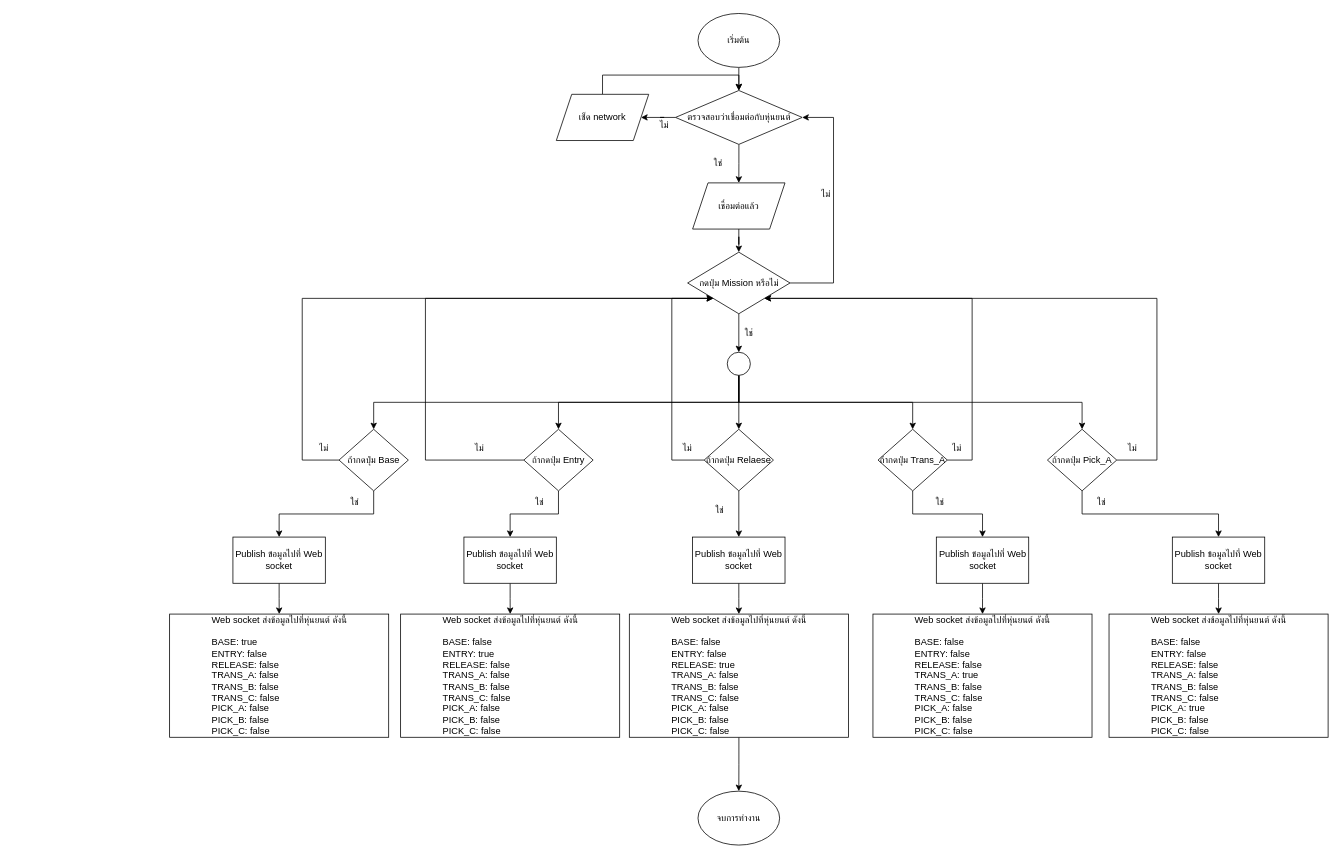
Before: แบบแผนที่ยังไม่ได้ตั้งชื่อ.drawio in Mangkhalet/tod_robot1, a draw.io diagram. Source tidied: cells renumbered, new cells numbered last; positions are measured from the earlier drawing's top-left corner, leaving out a move shared by most shapes. Both pictures are drawn from the tidied source at 77%, with x=0, y=0 at pixel (169, 13).
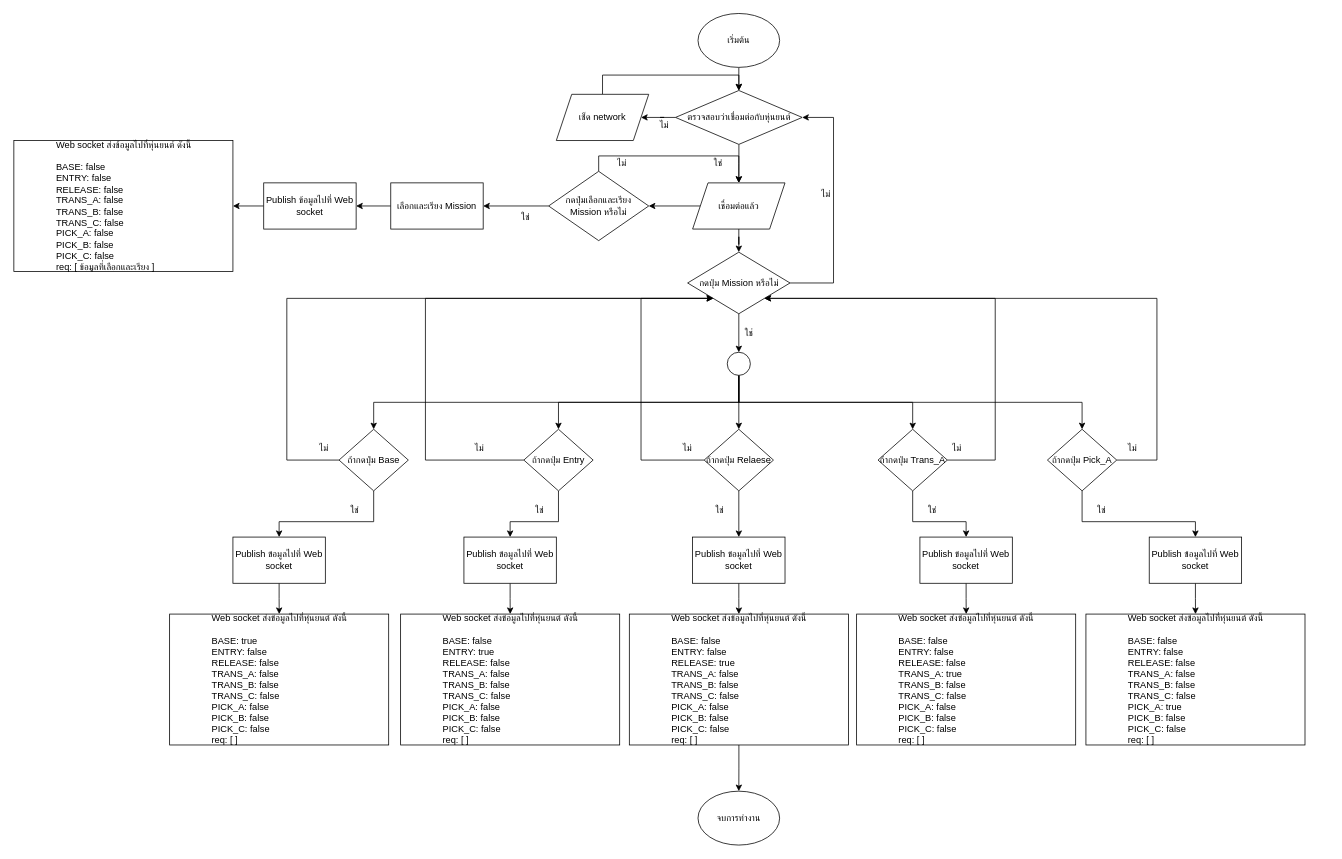
After the change.

Unchanged cells that the change refers to:
```xml
<mxCell id="13" value="กดปุ่ม Mission หรือไม่" style="rhombus;whiteSpace=wrap;html=1;" parent="1" vertex="1">
  <mxGeometry x="672.5" y="310" width="133" height="80" as="geometry" />
</mxCell>
<mxCell id="16" value="Publish ข้อมูลไปที่ Web socket" style="whiteSpace=wrap;html=1;" parent="1" vertex="1">
  <mxGeometry x="82" y="680" width="120" height="60" as="geometry" />
</mxCell>
<mxCell id="20" value="เชื่อมต่อแล้ว" style="shape=parallelogram;perimeter=parallelogramPerimeter;whiteSpace=wrap;html=1;fixedSize=1;" parent="1" vertex="1">
  <mxGeometry x="679" y="220" width="120" height="60" as="geometry" />
</mxCell>
<mxCell id="24" value="ถ้ากดปุ่ม Base" style="rhombus;whiteSpace=wrap;html=1;" parent="1" vertex="1">
  <mxGeometry x="219.8" y="540" width="90" height="80" as="geometry" />
</mxCell>
<mxCell id="33" value="ถ้ากดปุ่ม Entry" style="rhombus;whiteSpace=wrap;html=1;" parent="1" vertex="1">
  <mxGeometry x="459.8" y="540" width="90" height="80" as="geometry" />
</mxCell>
<mxCell id="36" value="ถ้ากดปุ่ม Relaese" style="rhombus;whiteSpace=wrap;html=1;" parent="1" vertex="1">
  <mxGeometry x="694" y="540" width="90" height="80" as="geometry" />
</mxCell>
<mxCell id="39" value="ถ้ากดปุ่ม Trans_A" style="rhombus;whiteSpace=wrap;html=1;" parent="1" vertex="1">
  <mxGeometry x="919.8" y="540" width="90" height="80" as="geometry" />
</mxCell>
<mxCell id="42" value="ถ้ากดปุ่ม Pick_A" style="rhombus;whiteSpace=wrap;html=1;" parent="1" vertex="1">
  <mxGeometry x="1139.8" y="540" width="90" height="80" as="geometry" />
</mxCell>
<mxCell id="44" value="Publish ข้อมูลไปที่ Web socket" style="whiteSpace=wrap;html=1;" parent="1" vertex="1">
  <mxGeometry x="382" y="680" width="120" height="60" as="geometry" />
</mxCell>
```

What changed in the source:
```diff
@@
-    <mxCell id="18" value="Web socket ส่งข้อมูลไปที่หุ่นยนต์ ดังนี้&lt;br&gt;&lt;br&gt;&lt;div style=&quot;text-align: left;&quot;&gt;&lt;span style=&quot;background-color: initial;&quot;&gt;BASE: true&lt;/span&gt;&lt;/div&gt;&lt;div style=&quot;text-align: left;&quot;&gt;&lt;span style=&quot;background-color: initial;&quot;&gt;ENTRY: false&lt;/span&gt;&lt;/div&gt;&lt;div style=&quot;text-align: left;&quot;&gt;&lt;span style=&quot;background-color: initial;&quot;&gt;RELEASE: false&lt;/span&gt;&lt;/div&gt;&lt;div style=&quot;text-align: left;&quot;&gt;TRANS_A: false&lt;/div&gt;&lt;div style=&quot;text-align: left;&quot;&gt;TRANS_B: false&lt;/div&gt;&lt;div style=&quot;text-align: left;&quot;&gt;TRANS_C: false&lt;/div&gt;&lt;div style=&quot;text-align: left;&quot;&gt;PICK_A: false&lt;/div&gt;&lt;div style=&quot;text-align: left;&quot;&gt;PICK_B: false&lt;/div&gt;&lt;div style=&quot;text-align: left;&quot;&gt;PICK_C: false&lt;/div&gt;" style="whiteSpace=wrap;html=1;" parent="1" vertex="1">
-      <mxGeometry x="-0.2" y="780" width="284.5" height="160" as="geometry" />
+    <mxCell id="18" value="Web socket ส่งข้อมูลไปที่หุ่นยนต์ ดังนี้&lt;br&gt;&lt;br&gt;&lt;div style=&quot;text-align: left;&quot;&gt;&lt;span style=&quot;background-color: initial;&quot;&gt;BASE: true&lt;/span&gt;&lt;/div&gt;&lt;div style=&quot;text-align: left;&quot;&gt;&lt;span style=&quot;background-color: initial;&quot;&gt;ENTRY: false&lt;/span&gt;&lt;/div&gt;&lt;div style=&quot;text-align: left;&quot;&gt;&lt;span style=&quot;background-color: initial;&quot;&gt;RELEASE: false&lt;/span&gt;&lt;/div&gt;&lt;div style=&quot;text-align: left;&quot;&gt;TRANS_A: false&lt;/div&gt;&lt;div style=&quot;text-align: left;&quot;&gt;TRANS_B: false&lt;/div&gt;&lt;div style=&quot;text-align: left;&quot;&gt;TRANS_C: false&lt;/div&gt;&lt;div style=&quot;text-align: left;&quot;&gt;PICK_A: false&lt;/div&gt;&lt;div style=&quot;text-align: left;&quot;&gt;PICK_B: false&lt;/div&gt;&lt;div style=&quot;text-align: left;&quot;&gt;PICK_C: false&lt;/div&gt;&lt;div style=&quot;text-align: left;&quot;&gt;req: [ ]&lt;/div&gt;" style="whiteSpace=wrap;html=1;" parent="1" vertex="1">
+      <mxGeometry x="-0.2" y="780" width="284.5" height="170" as="geometry" />
     </mxCell>
@@
+    <mxCell id="66" style="edgeStyle=orthogonalEdgeStyle;rounded=0;jettySize=auto;html=1;exitX=0;exitY=0.5;exitDx=0;exitDy=0;entryX=1;entryY=0.5;entryDx=0;entryDy=0;" parent="1" edge="1" source="20" target="69">
+      <mxGeometry relative="1" as="geometry" />
+    </mxCell>
@@
     <mxCell id="22" style="edgeStyle=orthogonalEdgeStyle;rounded=0;jettySize=auto;html=1;exitX=0.5;exitY=1;exitDx=0;exitDy=0;entryX=0.5;entryY=0;entryDx=0;entryDy=0;" parent="1" edge="1" source="24" target="16">
-      <mxGeometry relative="1" as="geometry" />
+      <mxGeometry relative="1" as="geometry">
+        <Array as="points">
+          <mxPoint x="265" y="660" />
+          <mxPoint x="142" y="660" />
+        </Array>
+      </mxGeometry>
     </mxCell>
     <mxCell id="23" style="edgeStyle=orthogonalEdgeStyle;rounded=0;jettySize=auto;html=1;exitX=0;exitY=0.5;exitDx=0;exitDy=0;entryX=0;entryY=1;entryDx=0;entryDy=0;" parent="1" edge="1" source="24" target="13">
       <mxGeometry relative="1" as="geometry">
         <Array as="points">
-          <mxPoint x="172" y="580" />
-          <mxPoint x="172" y="370" />
+          <mxPoint x="152" y="580" />
+          <mxPoint x="152" y="370" />
         </Array>
       </mxGeometry>
     </mxCell>
@@
     <mxCell id="31" style="edgeStyle=orthogonalEdgeStyle;rounded=0;jettySize=auto;html=1;exitX=0.5;exitY=1;exitDx=0;exitDy=0;entryX=0.5;entryY=0;entryDx=0;entryDy=0;" parent="1" edge="1" source="33" target="44">
-      <mxGeometry relative="1" as="geometry" />
+      <mxGeometry relative="1" as="geometry">
+        <Array as="points">
+          <mxPoint x="505" y="660" />
+          <mxPoint x="442" y="660" />
+        </Array>
+      </mxGeometry>
     </mxCell>
@@
     <mxCell id="35" style="edgeStyle=orthogonalEdgeStyle;rounded=0;jettySize=auto;html=1;exitX=0;exitY=0.5;exitDx=0;exitDy=0;entryX=0;entryY=1;entryDx=0;entryDy=0;" parent="1" edge="1" source="36" target="13">
       <mxGeometry relative="1" as="geometry">
         <Array as="points">
-          <mxPoint x="652" y="580" />
-          <mxPoint x="652" y="370" />
+          <mxPoint x="612" y="580" />
+          <mxPoint x="612" y="370" />
         </Array>
       </mxGeometry>
     </mxCell>
@@
     <mxCell id="37" style="edgeStyle=orthogonalEdgeStyle;rounded=0;jettySize=auto;html=1;exitX=0.5;exitY=1;exitDx=0;exitDy=0;entryX=0.5;entryY=0;entryDx=0;entryDy=0;" parent="1" edge="1" source="39" target="51">
-      <mxGeometry relative="1" as="geometry" />
+      <mxGeometry relative="1" as="geometry">
+        <Array as="points">
+          <mxPoint x="965" y="660" />
+          <mxPoint x="1034" y="660" />
+        </Array>
+      </mxGeometry>
     </mxCell>
     <mxCell id="38" style="edgeStyle=orthogonalEdgeStyle;rounded=0;jettySize=auto;html=1;exitX=1;exitY=0.5;exitDx=0;exitDy=0;entryX=1;entryY=1;entryDx=0;entryDy=0;" parent="1" edge="1" source="39" target="13">
       <mxGeometry relative="1" as="geometry">
         <Array as="points">
-          <mxPoint x="1042" y="580" />
-          <mxPoint x="1042" y="370" />
+          <mxPoint x="1072" y="580" />
+          <mxPoint x="1072" y="370" />
         </Array>
       </mxGeometry>
     </mxCell>
@@
     <mxCell id="40" style="edgeStyle=orthogonalEdgeStyle;rounded=0;jettySize=auto;html=1;exitX=0.5;exitY=1;exitDx=0;exitDy=0;entryX=0.5;entryY=0;entryDx=0;entryDy=0;" parent="1" edge="1" source="42" target="54">
-      <mxGeometry relative="1" as="geometry" />
+      <mxGeometry relative="1" as="geometry">
+        <Array as="points">
+          <mxPoint x="1185" y="660" />
+          <mxPoint x="1332" y="660" />
+        </Array>
+      </mxGeometry>
     </mxCell>
@@
-    <mxCell id="45" value="Web socket ส่งข้อมูลไปที่หุ่นยนต์ ดังนี้&lt;br&gt;&lt;br&gt;&lt;div style=&quot;text-align: left;&quot;&gt;&lt;span style=&quot;background-color: initial;&quot;&gt;BASE: false&lt;/span&gt;&lt;/div&gt;&lt;div style=&quot;text-align: left;&quot;&gt;&lt;span style=&quot;background-color: initial;&quot;&gt;ENTRY: true&lt;/span&gt;&lt;/div&gt;&lt;div style=&quot;text-align: left;&quot;&gt;&lt;span style=&quot;background-color: initial;&quot;&gt;RELEASE: false&lt;/span&gt;&lt;/div&gt;&lt;div style=&quot;text-align: left;&quot;&gt;TRANS_A: false&lt;/div&gt;&lt;div style=&quot;text-align: left;&quot;&gt;TRANS_B: false&lt;/div&gt;&lt;div style=&quot;text-align: left;&quot;&gt;TRANS_C: false&lt;/div&gt;&lt;div style=&quot;text-align: left;&quot;&gt;PICK_A: false&lt;/div&gt;&lt;div style=&quot;text-align: left;&quot;&gt;PICK_B: false&lt;/div&gt;&lt;div style=&quot;text-align: left;&quot;&gt;PICK_C: false&lt;/div&gt;" style="whiteSpace=wrap;html=1;" parent="1" vertex="1">
-      <mxGeometry x="299.8" y="780" width="284.5" height="160" as="geometry" />
+    <mxCell id="45" value="Web socket ส่งข้อมูลไปที่หุ่นยนต์ ดังนี้&lt;br&gt;&lt;br&gt;&lt;div style=&quot;text-align: left;&quot;&gt;&lt;span style=&quot;background-color: initial;&quot;&gt;BASE: false&lt;/span&gt;&lt;/div&gt;&lt;div style=&quot;text-align: left;&quot;&gt;&lt;span style=&quot;background-color: initial;&quot;&gt;ENTRY: true&lt;/span&gt;&lt;/div&gt;&lt;div style=&quot;text-align: left;&quot;&gt;&lt;span style=&quot;background-color: initial;&quot;&gt;RELEASE: false&lt;/span&gt;&lt;/div&gt;&lt;div style=&quot;text-align: left;&quot;&gt;TRANS_A: false&lt;/div&gt;&lt;div style=&quot;text-align: left;&quot;&gt;TRANS_B: false&lt;/div&gt;&lt;div style=&quot;text-align: left;&quot;&gt;TRANS_C: false&lt;/div&gt;&lt;div style=&quot;text-align: left;&quot;&gt;PICK_A: false&lt;/div&gt;&lt;div style=&quot;text-align: left;&quot;&gt;PICK_B: false&lt;/div&gt;&lt;div style=&quot;text-align: left;&quot;&gt;PICK_C: false&lt;/div&gt;&lt;div style=&quot;text-align: left;&quot;&gt;req: [ ]&lt;br&gt;&lt;/div&gt;" style="whiteSpace=wrap;html=1;" parent="1" vertex="1">
+      <mxGeometry x="299.8" y="780" width="284.5" height="170" as="geometry" />
     </mxCell>
@@
-    <mxCell id="49" value="Web socket ส่งข้อมูลไปที่หุ่นยนต์ ดังนี้&lt;br&gt;&lt;br&gt;&lt;div style=&quot;text-align: left;&quot;&gt;&lt;span style=&quot;background-color: initial;&quot;&gt;BASE: false&lt;/span&gt;&lt;/div&gt;&lt;div style=&quot;text-align: left;&quot;&gt;&lt;span style=&quot;background-color: initial;&quot;&gt;ENTRY: false&lt;/span&gt;&lt;/div&gt;&lt;div style=&quot;text-align: left;&quot;&gt;&lt;span style=&quot;background-color: initial;&quot;&gt;RELEASE: true&lt;/span&gt;&lt;/div&gt;&lt;div style=&quot;text-align: left;&quot;&gt;TRANS_A: false&lt;/div&gt;&lt;div style=&quot;text-align: left;&quot;&gt;TRANS_B: false&lt;/div&gt;&lt;div style=&quot;text-align: left;&quot;&gt;TRANS_C: false&lt;/div&gt;&lt;div style=&quot;text-align: left;&quot;&gt;PICK_A: false&lt;/div&gt;&lt;div style=&quot;text-align: left;&quot;&gt;PICK_B: false&lt;/div&gt;&lt;div style=&quot;text-align: left;&quot;&gt;PICK_C: false&lt;/div&gt;" style="whiteSpace=wrap;html=1;" parent="1" vertex="1">
-      <mxGeometry x="596.8" y="780" width="284.5" height="160" as="geometry" />
+    <mxCell id="49" value="Web socket ส่งข้อมูลไปที่หุ่นยนต์ ดังนี้&lt;br&gt;&lt;br&gt;&lt;div style=&quot;text-align: left;&quot;&gt;&lt;span style=&quot;background-color: initial;&quot;&gt;BASE: false&lt;/span&gt;&lt;/div&gt;&lt;div style=&quot;text-align: left;&quot;&gt;&lt;span style=&quot;background-color: initial;&quot;&gt;ENTRY: false&lt;/span&gt;&lt;/div&gt;&lt;div style=&quot;text-align: left;&quot;&gt;&lt;span style=&quot;background-color: initial;&quot;&gt;RELEASE: true&lt;/span&gt;&lt;/div&gt;&lt;div style=&quot;text-align: left;&quot;&gt;TRANS_A: false&lt;/div&gt;&lt;div style=&quot;text-align: left;&quot;&gt;TRANS_B: false&lt;/div&gt;&lt;div style=&quot;text-align: left;&quot;&gt;TRANS_C: false&lt;/div&gt;&lt;div style=&quot;text-align: left;&quot;&gt;PICK_A: false&lt;/div&gt;&lt;div style=&quot;text-align: left;&quot;&gt;PICK_B: false&lt;/div&gt;&lt;div style=&quot;text-align: left;&quot;&gt;PICK_C: false&lt;/div&gt;&lt;div style=&quot;text-align: left;&quot;&gt;req: [ ]&lt;br&gt;&lt;/div&gt;" style="whiteSpace=wrap;html=1;" parent="1" vertex="1">
+      <mxGeometry x="596.8" y="780" width="284.5" height="170" as="geometry" />
     </mxCell>
@@
     <mxCell id="51" value="Publish ข้อมูลไปที่ Web socket" style="whiteSpace=wrap;html=1;" parent="1" vertex="1">
-      <mxGeometry x="995.5" y="680" width="120" height="60" as="geometry" />
+      <mxGeometry x="974.2" y="680" width="120" height="60" as="geometry" />
     </mxCell>
-    <mxCell id="52" value="Web socket ส่งข้อมูลไปที่หุ่นยนต์ ดังนี้&lt;br&gt;&lt;br&gt;&lt;div style=&quot;text-align: left;&quot;&gt;&lt;span style=&quot;background-color: initial;&quot;&gt;BASE: false&lt;/span&gt;&lt;/div&gt;&lt;div style=&quot;text-align: left;&quot;&gt;&lt;span style=&quot;background-color: initial;&quot;&gt;ENTRY: false&lt;/span&gt;&lt;/div&gt;&lt;div style=&quot;text-align: left;&quot;&gt;&lt;span style=&quot;background-color: initial;&quot;&gt;RELEASE: false&lt;/span&gt;&lt;/div&gt;&lt;div style=&quot;text-align: left;&quot;&gt;TRANS_A: true&lt;/div&gt;&lt;div style=&quot;text-align: left;&quot;&gt;TRANS_B: false&lt;/div&gt;&lt;div style=&quot;text-align: left;&quot;&gt;TRANS_C: false&lt;/div&gt;&lt;div style=&quot;text-align: left;&quot;&gt;PICK_A: false&lt;/div&gt;&lt;div style=&quot;text-align: left;&quot;&gt;PICK_B: false&lt;/div&gt;&lt;div style=&quot;text-align: left;&quot;&gt;PICK_C: false&lt;/div&gt;" style="whiteSpace=wrap;html=1;" parent="1" vertex="1">
-      <mxGeometry x="913.2" y="780" width="284.5" height="160" as="geometry" />
+    <mxCell id="52" value="Web socket ส่งข้อมูลไปที่หุ่นยนต์ ดังนี้&lt;br&gt;&lt;br&gt;&lt;div style=&quot;text-align: left;&quot;&gt;&lt;span style=&quot;background-color: initial;&quot;&gt;BASE: false&lt;/span&gt;&lt;/div&gt;&lt;div style=&quot;text-align: left;&quot;&gt;&lt;span style=&quot;background-color: initial;&quot;&gt;ENTRY: false&lt;/span&gt;&lt;/div&gt;&lt;div style=&quot;text-align: left;&quot;&gt;&lt;span style=&quot;background-color: initial;&quot;&gt;RELEASE: false&lt;/span&gt;&lt;/div&gt;&lt;div style=&quot;text-align: left;&quot;&gt;TRANS_A: true&lt;/div&gt;&lt;div style=&quot;text-align: left;&quot;&gt;TRANS_B: false&lt;/div&gt;&lt;div style=&quot;text-align: left;&quot;&gt;TRANS_C: false&lt;/div&gt;&lt;div style=&quot;text-align: left;&quot;&gt;PICK_A: false&lt;/div&gt;&lt;div style=&quot;text-align: left;&quot;&gt;PICK_B: false&lt;/div&gt;&lt;div style=&quot;text-align: left;&quot;&gt;PICK_C: false&lt;/div&gt;&lt;div style=&quot;text-align: left;&quot;&gt;req: [ ]&lt;br&gt;&lt;/div&gt;" style="whiteSpace=wrap;html=1;" parent="1" vertex="1">
+      <mxGeometry x="892" y="780" width="284.5" height="170" as="geometry" />
     </mxCell>
@@
     <mxCell id="54" value="Publish ข้อมูลไปที่ Web socket" style="whiteSpace=wrap;html=1;" parent="1" vertex="1">
-      <mxGeometry x="1302" y="680" width="120" height="60" as="geometry" />
+      <mxGeometry x="1272" y="680" width="120" height="60" as="geometry" />
     </mxCell>
-    <mxCell id="55" value="Web socket ส่งข้อมูลไปที่หุ่นยนต์ ดังนี้&lt;br&gt;&lt;br&gt;&lt;div style=&quot;text-align: left;&quot;&gt;&lt;span style=&quot;background-color: initial;&quot;&gt;BASE: false&lt;/span&gt;&lt;/div&gt;&lt;div style=&quot;text-align: left;&quot;&gt;&lt;span style=&quot;background-color: initial;&quot;&gt;ENTRY: false&lt;/span&gt;&lt;/div&gt;&lt;div style=&quot;text-align: left;&quot;&gt;&lt;span style=&quot;background-color: initial;&quot;&gt;RELEASE: false&lt;/span&gt;&lt;/div&gt;&lt;div style=&quot;text-align: left;&quot;&gt;TRANS_A: false&lt;/div&gt;&lt;div style=&quot;text-align: left;&quot;&gt;TRANS_B: false&lt;/div&gt;&lt;div style=&quot;text-align: left;&quot;&gt;TRANS_C: false&lt;/div&gt;&lt;div style=&quot;text-align: left;&quot;&gt;PICK_A: true&lt;/div&gt;&lt;div style=&quot;text-align: left;&quot;&gt;PICK_B: false&lt;/div&gt;&lt;div style=&quot;text-align: left;&quot;&gt;PICK_C: false&lt;/div&gt;" style="whiteSpace=wrap;html=1;" parent="1" vertex="1">
-      <mxGeometry x="1219.8" y="780" width="284.5" height="160" as="geometry" />
+    <mxCell id="55" value="Web socket ส่งข้อมูลไปที่หุ่นยนต์ ดังนี้&lt;br&gt;&lt;br&gt;&lt;div style=&quot;text-align: left;&quot;&gt;&lt;span style=&quot;background-color: initial;&quot;&gt;BASE: false&lt;/span&gt;&lt;/div&gt;&lt;div style=&quot;text-align: left;&quot;&gt;&lt;span style=&quot;background-color: initial;&quot;&gt;ENTRY: false&lt;/span&gt;&lt;/div&gt;&lt;div style=&quot;text-align: left;&quot;&gt;&lt;span style=&quot;background-color: initial;&quot;&gt;RELEASE: false&lt;/span&gt;&lt;/div&gt;&lt;div style=&quot;text-align: left;&quot;&gt;TRANS_A: false&lt;/div&gt;&lt;div style=&quot;text-align: left;&quot;&gt;TRANS_B: false&lt;/div&gt;&lt;div style=&quot;text-align: left;&quot;&gt;TRANS_C: false&lt;/div&gt;&lt;div style=&quot;text-align: left;&quot;&gt;PICK_A: true&lt;/div&gt;&lt;div style=&quot;text-align: left;&quot;&gt;PICK_B: false&lt;/div&gt;&lt;div style=&quot;text-align: left;&quot;&gt;PICK_C: false&lt;/div&gt;&lt;div style=&quot;text-align: left;&quot;&gt;req: [ ]&lt;br&gt;&lt;/div&gt;" style="whiteSpace=wrap;html=1;" parent="1" vertex="1">
+      <mxGeometry x="1189.8" y="780" width="284.5" height="170" as="geometry" />
     </mxCell>
@@
     <mxCell id="59" value="ใช่" style="text;html=1;align=center;verticalAlign=middle;strokeColor=none;fillColor=none;" parent="1" vertex="1">
-      <mxGeometry x="219.8" y="620" width="40" height="30" as="geometry" />
+      <mxGeometry x="219.8" y="630" width="40" height="30" as="geometry" />
     </mxCell>
     <mxCell id="60" value="ใช่" style="text;html=1;align=center;verticalAlign=middle;strokeColor=none;fillColor=none;" parent="1" vertex="1">
-      <mxGeometry x="459.8" y="620" width="40" height="30" as="geometry" />
+      <mxGeometry x="459.8" y="630" width="40" height="30" as="geometry" />
     </mxCell>
@@
     <mxCell id="62" value="ใช่" style="text;html=1;align=center;verticalAlign=middle;strokeColor=none;fillColor=none;" parent="1" vertex="1">
-      <mxGeometry x="979.8" y="620" width="40" height="30" as="geometry" />
+      <mxGeometry x="969.8" y="630" width="40" height="30" as="geometry" />
     </mxCell>
     <mxCell id="63" value="ใช่" style="text;html=1;align=center;verticalAlign=middle;strokeColor=none;fillColor=none;" parent="1" vertex="1">
-      <mxGeometry x="1189.8" y="620" width="40" height="30" as="geometry" />
+      <mxGeometry x="1189.8" y="630" width="40" height="30" as="geometry" />
     </mxCell>
@@
+    <mxCell id="67" style="edgeStyle=orthogonalEdgeStyle;rounded=0;jettySize=auto;html=1;exitX=0.5;exitY=0;exitDx=0;exitDy=0;entryX=0.5;entryY=0;entryDx=0;entryDy=0;" parent="1" edge="1" source="69" target="20">
+      <mxGeometry relative="1" as="geometry" />
+    </mxCell>
+    <mxCell id="68" style="edgeStyle=orthogonalEdgeStyle;rounded=0;jettySize=auto;html=1;" parent="1" edge="1" source="69" target="72">
+      <mxGeometry relative="1" as="geometry" />
+    </mxCell>
+    <mxCell id="69" value="กดปุ่มเลือกและเรียง Mission หรือไม่" style="rhombus;whiteSpace=wrap;html=1;" parent="1" vertex="1">
+      <mxGeometry x="492" y="205" width="130" height="90" as="geometry" />
+    </mxCell>
+    <mxCell id="70" value="ไม่" style="text;html=1;align=center;verticalAlign=middle;strokeColor=none;fillColor=none;" parent="1" vertex="1">
+      <mxGeometry x="567" y="180" width="40" height="30" as="geometry" />
+    </mxCell>
+    <mxCell id="71" style="edgeStyle=orthogonalEdgeStyle;rounded=0;jettySize=auto;html=1;" parent="1" edge="1" source="72" target="75">
+      <mxGeometry relative="1" as="geometry" />
+    </mxCell>
+    <mxCell id="72" value="เลือกและเรียง Mission" style="whiteSpace=wrap;html=1;" parent="1" vertex="1">
+      <mxGeometry x="287" y="220" width="120" height="60" as="geometry" />
+    </mxCell>
+    <mxCell id="73" value="ใช่" style="text;html=1;align=center;verticalAlign=middle;strokeColor=none;fillColor=none;" parent="1" vertex="1">
+      <mxGeometry x="442" y="250" width="40" height="30" as="geometry" />
+    </mxCell>
+    <mxCell id="74" style="edgeStyle=orthogonalEdgeStyle;rounded=0;jettySize=auto;html=1;" parent="1" edge="1" source="75" target="76">
+      <mxGeometry relative="1" as="geometry" />
+    </mxCell>
+    <mxCell id="75" value="Publish ข้อมูลไปที่ Web socket" style="whiteSpace=wrap;html=1;" parent="1" vertex="1">
+      <mxGeometry x="122" y="220" width="120" height="60" as="geometry" />
+    </mxCell>
+    <mxCell id="76" value="Web socket ส่งข้อมูลไปที่หุ่นยนต์ ดังนี้&lt;br&gt;&lt;br&gt;&lt;div style=&quot;text-align: left;&quot;&gt;&lt;span style=&quot;background-color: initial;&quot;&gt;BASE: false&lt;/span&gt;&lt;/div&gt;&lt;div style=&quot;text-align: left;&quot;&gt;&lt;span style=&quot;background-color: initial;&quot;&gt;ENTRY: false&lt;/span&gt;&lt;/div&gt;&lt;div style=&quot;text-align: left;&quot;&gt;&lt;span style=&quot;background-color: initial;&quot;&gt;RELEASE: false&lt;/span&gt;&lt;/div&gt;&lt;div style=&quot;text-align: left;&quot;&gt;TRANS_A: false&lt;/div&gt;&lt;div style=&quot;text-align: left;&quot;&gt;TRANS_B: false&lt;/div&gt;&lt;div style=&quot;text-align: left;&quot;&gt;TRANS_C: false&lt;/div&gt;&lt;div style=&quot;text-align: left;&quot;&gt;PICK_A: false&lt;/div&gt;&lt;div style=&quot;text-align: left;&quot;&gt;PICK_B: false&lt;/div&gt;&lt;div style=&quot;text-align: left;&quot;&gt;PICK_C: false&lt;/div&gt;&lt;div style=&quot;text-align: left;&quot;&gt;req: [ ข้อมูลที่เลือกและเรียง ]&lt;br&gt;&lt;/div&gt;" style="whiteSpace=wrap;html=1;" parent="1" vertex="1">
+      <mxGeometry x="-202.5" y="165" width="284.5" height="170" as="geometry" />
+    </mxCell>
```
